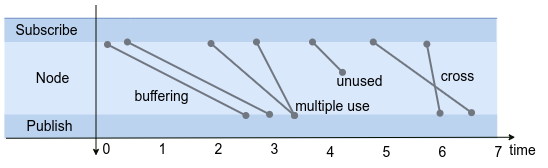
This is docs/imgs/message_context_complex.drawio.png from tier4/caret_doc, a draw.io export, as it was before one commit. Source tidied: cells renumbered, new cells last; positions are measured from the earlier drawing's top-left corner, leaving out a move shared by most shapes.
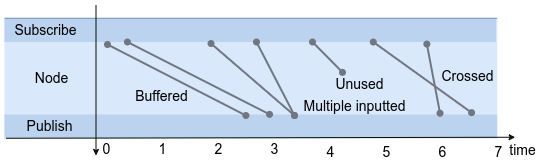
Later version of the same file.

Commit message:
rename each case

Diff of the diagram source:
```diff
@@ -106,22 +106,22 @@
         <mxPoint x="294" y="110" as="sourcePoint" />
       </mxGeometry>
     </mxCell>
-    <mxCell id="29" value="buffering" style="text;html=1;align=center;verticalAlign=middle;strokeColor=none;fillColor=none;fontSize=14;" parent="1" vertex="1">
+    <mxCell id="29" value="Buffered" style="text;html=1;align=center;verticalAlign=middle;strokeColor=none;fillColor=none;fontSize=14;" parent="1" vertex="1">
       <mxGeometry x="120.5" y="75.9" width="80" height="30" as="geometry" />
     </mxCell>
-    <mxCell id="30" value="unused" style="text;html=1;align=center;verticalAlign=middle;strokeColor=none;fillColor=none;fontSize=14;" parent="1" vertex="1">
-      <mxGeometry x="324" y="60.8" width="70" height="30" as="geometry" />
+    <mxCell id="30" value="Unused" style="text;html=1;align=center;verticalAlign=middle;strokeColor=none;fillColor=none;fontSize=14;" parent="1" vertex="1">
+      <mxGeometry x="324" y="63.8" width="70" height="30" as="geometry" />
     </mxCell>
-    <mxCell id="31" value="cross" style="text;html=1;align=center;verticalAlign=middle;strokeColor=none;fillColor=none;fontSize=14;" parent="1" vertex="1">
-      <mxGeometry x="426.7" y="56" width="60" height="30" as="geometry" />
+    <mxCell id="31" value="Crossed" style="text;html=1;align=center;verticalAlign=middle;strokeColor=none;fillColor=none;fontSize=14;" parent="1" vertex="1">
+      <mxGeometry x="426.7" y="56" width="80" height="30" as="geometry" />
     </mxCell>
     <mxCell id="32" style="endArrow=oval;html=1;rounded=0;strokeColor=#717780;strokeWidth=2;fillColor=#8FBCFF;startArrow=oval;startFill=1;endFill=1;endSize=5;startSize=5;" parent="1" edge="1" target="3">
       <mxGeometry relative="1" as="geometry">
         <mxPoint x="294" y="110" as="sourcePoint" />
       </mxGeometry>
     </mxCell>
-    <mxCell id="33" value="multiple use" style="text;html=1;align=center;verticalAlign=middle;strokeColor=none;fillColor=none;fontSize=14;" parent="1" vertex="1">
-      <mxGeometry x="281.7" y="86" width="100" height="30" as="geometry" />
+    <mxCell id="33" value="Multiple inputted" style="text;html=1;align=center;verticalAlign=middle;strokeColor=none;fillColor=none;fontSize=14;" parent="1" vertex="1">
+      <mxGeometry x="288.7" y="86" width="130" height="30" as="geometry" />
     </mxCell>
   </root>
 </mxGraphModel>
```
